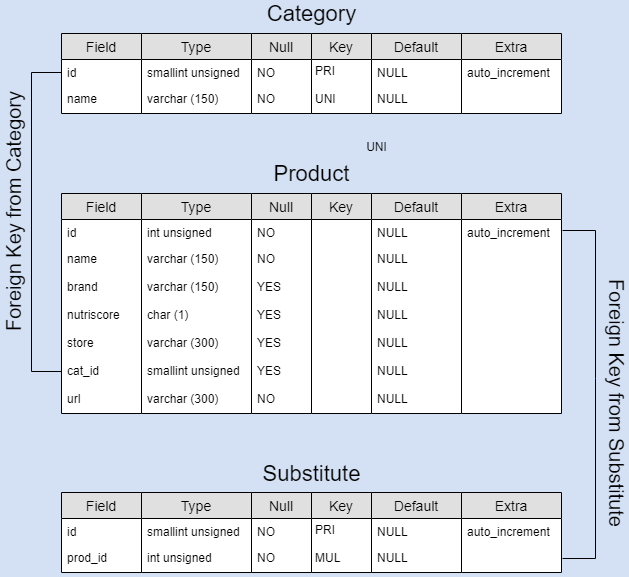
Tony380/Projet5 keeps this draw.io diagram as physic_data_model.png. Above is the earlier version. Source tidied: cells renumbered, new cells last; positions are measured from the earlier drawing's top-left corner, leaving out a move shared by most shapes.
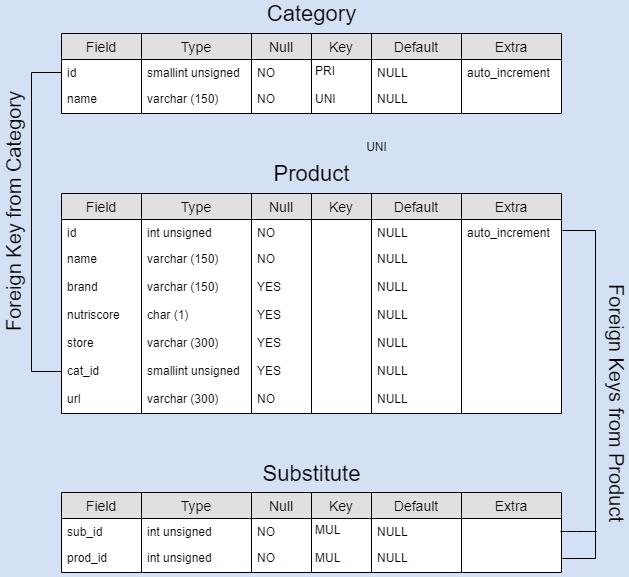
The same file after the commit.

The edit, as a diff of the source:
```diff
@@ -181,7 +181,7 @@
     <mxCell id="59" value="Key" style="swimlane;fontStyle=0;horizontal=1;startSize=26;fillColor=#e0e0e0;swimlaneFillColor=#ffffff;align=center;fontSize=14;" parent="1" vertex="1">
       <mxGeometry x="424" y="489" width="60" height="80" as="geometry" />
     </mxCell>
-    <mxCell id="60" value="PRI&#10;&#10;MUL" style="text;strokeColor=none;fillColor=none;spacingLeft=4;spacingRight=4;overflow=hidden;fontSize=12;spacing=0;" parent="59" vertex="1">
+    <mxCell id="60" value="MUL&#10;&#10;MUL" style="text;strokeColor=none;fillColor=none;spacingLeft=4;spacingRight=4;overflow=hidden;fontSize=12;spacing=0;" parent="59" vertex="1">
       <mxGeometry y="26" width="60" height="54" as="geometry" />
     </mxCell>
     <mxCell id="61" value="Null" style="swimlane;fontStyle=0;horizontal=1;startSize=26;fillColor=#e0e0e0;swimlaneFillColor=#ffffff;align=center;fontSize=14;" parent="1" vertex="1">
@@ -196,7 +196,7 @@
     <mxCell id="64" value="Type" style="swimlane;fontStyle=0;horizontal=1;startSize=26;fillColor=#e0e0e0;swimlaneFillColor=#ffffff;align=center;fontSize=14;" parent="1" vertex="1">
       <mxGeometry x="254" y="489" width="110" height="80" as="geometry" />
     </mxCell>
-    <mxCell id="65" value="smallint unsigned" style="text;strokeColor=none;fillColor=none;spacingLeft=4;spacingRight=4;overflow=hidden;fontSize=12;" parent="64" vertex="1">
+    <mxCell id="65" value="int unsigned" style="text;strokeColor=none;fillColor=none;spacingLeft=4;spacingRight=4;overflow=hidden;fontSize=12;" parent="64" vertex="1">
       <mxGeometry y="26" width="110" height="26" as="geometry" />
     </mxCell>
     <mxCell id="66" value="int unsigned" style="text;strokeColor=none;fillColor=none;spacingLeft=4;spacingRight=4;overflow=hidden;fontSize=12;" parent="64" vertex="1">
@@ -205,9 +205,6 @@
     <mxCell id="67" value="Extra" style="swimlane;fontStyle=0;horizontal=1;startSize=26;fillColor=#e0e0e0;swimlaneFillColor=#ffffff;align=center;fontSize=14;" parent="1" vertex="1">
       <mxGeometry x="574" y="489" width="100" height="80" as="geometry" />
     </mxCell>
-    <mxCell id="68" value="auto_increment" style="text;strokeColor=none;fillColor=none;spacingLeft=4;spacingRight=4;overflow=hidden;points=[[0,0.5],[1,0.5]];portConstraint=eastwest;fontSize=12;" parent="67" vertex="1">
-      <mxGeometry y="26" width="100" height="54" as="geometry" />
-    </mxCell>
     <mxCell id="69" value="Default" style="swimlane;fontStyle=0;horizontal=1;startSize=26;fillColor=#e0e0e0;swimlaneFillColor=#ffffff;align=center;fontSize=14;" parent="1" vertex="1">
       <mxGeometry x="484" y="489" width="90" height="80" as="geometry" />
     </mxCell>
@@ -220,14 +217,15 @@
     <mxCell id="72" value="Field" style="swimlane;fontStyle=0;horizontal=1;startSize=26;fillColor=#e0e0e0;swimlaneFillColor=#ffffff;align=center;fontSize=14;" parent="1" vertex="1">
       <mxGeometry x="174" y="489" width="80" height="80" as="geometry" />
     </mxCell>
-    <mxCell id="73" value="id" style="text;strokeColor=none;fillColor=none;spacingLeft=4;spacingRight=4;overflow=hidden;fontSize=12;" parent="72" vertex="1">
+    <mxCell id="73" value="sub_id" style="text;strokeColor=none;fillColor=none;spacingLeft=4;spacingRight=4;overflow=hidden;fontSize=12;" parent="72" vertex="1">
       <mxGeometry y="26" width="80" height="26" as="geometry" />
     </mxCell>
     <mxCell id="74" value="prod_id" style="text;strokeColor=none;fillColor=none;spacingLeft=4;spacingRight=4;overflow=hidden;fontSize=12;" parent="72" vertex="1">
       <mxGeometry y="52" width="80" height="28" as="geometry" />
     </mxCell>
-    <mxCell id="75" style="endArrow=none;html=1;rounded=0;exitX=1.01;exitY=0.741;exitDx=0;exitDy=0;exitPerimeter=0;" parent="1" edge="1" source="68">
+    <mxCell id="75" style="endArrow=none;html=1;rounded=0;exitX=1.01;exitY=0.741;exitDx=0;exitDy=0;exitPerimeter=0;" parent="1" edge="1">
       <mxGeometry relative="1" as="geometry">
+        <mxPoint x="675" y="555" as="sourcePoint" />
         <mxPoint x="675" y="227" as="targetPoint" />
         <Array as="points">
           <mxPoint x="708" y="555" />
@@ -236,8 +234,17 @@
         </Array>
       </mxGeometry>
     </mxCell>
-    <mxCell id="76" value="&lt;span style=&quot;font-size: 20px&quot;&gt;Foreign Key from Substitute&lt;/span&gt;" style="text;html=1;align=center;verticalAlign=middle;rotation=90;" parent="1" vertex="1">
-      <mxGeometry x="601" y="389" width="258" height="21" as="geometry" />
+    <mxCell id="76" value="&lt;span style=&quot;font-size: 20px&quot;&gt;Foreign Keys from Product&lt;/span&gt;" style="text;html=1;align=center;verticalAlign=middle;rotation=90;" parent="1" vertex="1">
+      <mxGeometry x="606" y="389" width="248" height="21" as="geometry" />
     </mxCell>
+    <mxCell id="77" style="endArrow=none;html=1;" parent="1" edge="1">
+      <mxGeometry relative="1" as="geometry">
+        <mxPoint x="673" y="528" as="sourcePoint" />
+        <mxPoint x="709" y="528" as="targetPoint" />
+        <Array as="points">
+          <mxPoint x="690" y="528" />
+        </Array>
+      </mxGeometry>
+    </mxCell>
   </root>
 </mxGraphModel>
```
